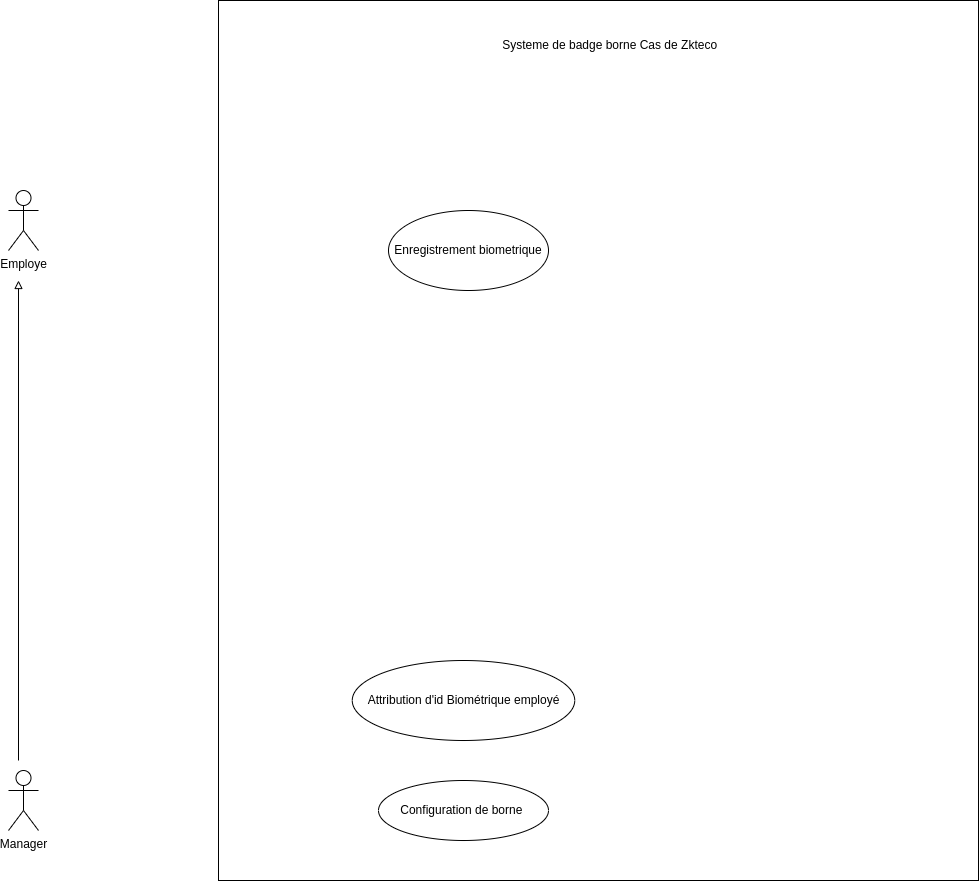
The draw.io diagram static/UsecaseZkteco.drawio.png in Siluearsene/borne_biometrique, before a commit. Source tidied: cells renumbered, new cells last; positions are measured from the earlier drawing's top-left corner, leaving out a move shared by most shapes.
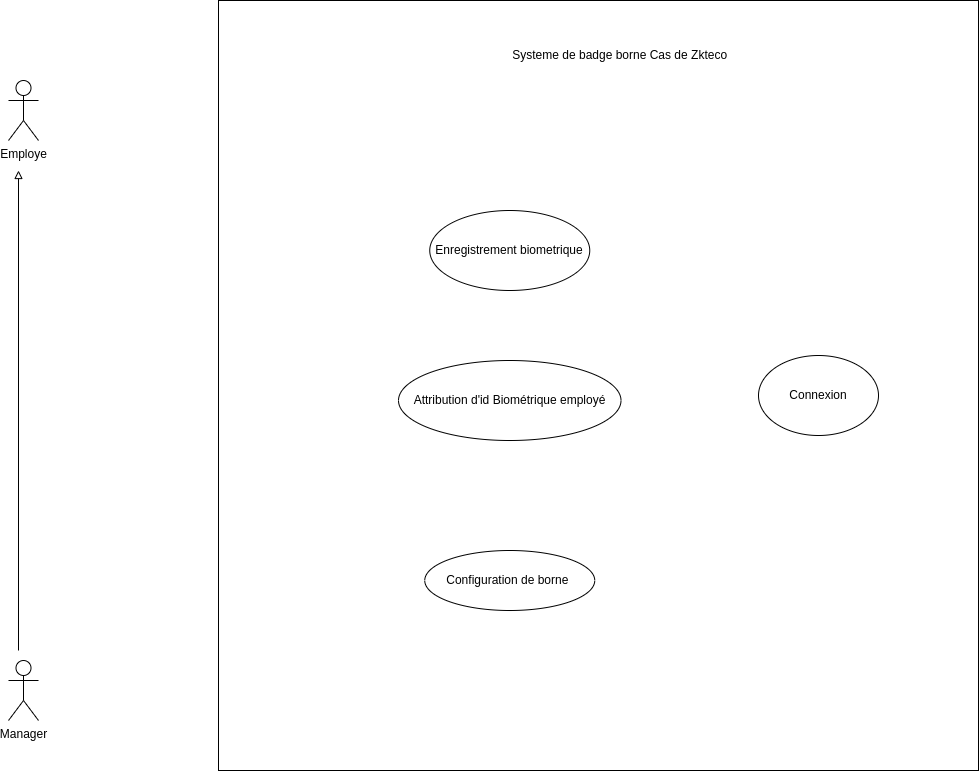
The same diagram one commit later.

Commit message:
Mettre à jour UsecaseZkteco.drawio.png

The edit, as a diff of the source:
```diff
@@ -9,10 +9,10 @@
       <mxGeometry y="770" width="30" height="60" as="geometry" />
     </mxCell>
     <mxCell id="4" style="rounded=0;whiteSpace=wrap;html=1;" parent="1" vertex="1">
-      <mxGeometry x="210" width="760" height="880" as="geometry" />
+      <mxGeometry x="210" y="110" width="760" height="770" as="geometry" />
     </mxCell>
     <mxCell id="5" value="Systeme de badge borne Cas de Zkteco&amp;nbsp;&amp;nbsp;" style="text;html=1;strokeColor=none;fillColor=none;align=center;verticalAlign=middle;whiteSpace=wrap;rounded=0;" parent="1" vertex="1">
-      <mxGeometry x="480" y="30" width="250" height="30" as="geometry" />
+      <mxGeometry x="490" y="150" width="250" height="30" as="geometry" />
     </mxCell>
     <mxCell id="6" style="endArrow=block;html=1;rounded=0;endFill=0;" parent="1" edge="1">
       <mxGeometry relative="1" as="geometry">
@@ -21,13 +21,16 @@
       </mxGeometry>
     </mxCell>
     <mxCell id="7" value="Configuration de borne&amp;nbsp;" style="ellipse;whiteSpace=wrap;html=1;" parent="1" vertex="1">
-      <mxGeometry x="370" y="780" width="170" height="60" as="geometry" />
+      <mxGeometry x="416.2" y="660" width="170" height="60" as="geometry" />
     </mxCell>
     <mxCell id="8" value="Attribution d'id Biométrique employé" style="ellipse;whiteSpace=wrap;html=1;" parent="1" vertex="1">
-      <mxGeometry x="343.8" y="660" width="222.5" height="80" as="geometry" />
+      <mxGeometry x="390" y="470" width="222.5" height="80" as="geometry" />
     </mxCell>
     <mxCell id="9" value="Enregistrement biometrique" style="ellipse;whiteSpace=wrap;html=1;" parent="1" vertex="1">
-      <mxGeometry x="380" y="210" width="160" height="80" as="geometry" />
+      <mxGeometry x="421.2" y="320" width="160" height="80" as="geometry" />
     </mxCell>
+    <mxCell id="10" value="Connexion" style="ellipse;whiteSpace=wrap;html=1;" parent="1" vertex="1">
+      <mxGeometry x="750" y="465" width="120" height="80" as="geometry" />
+    </mxCell>
   </root>
 </mxGraphModel>
```
